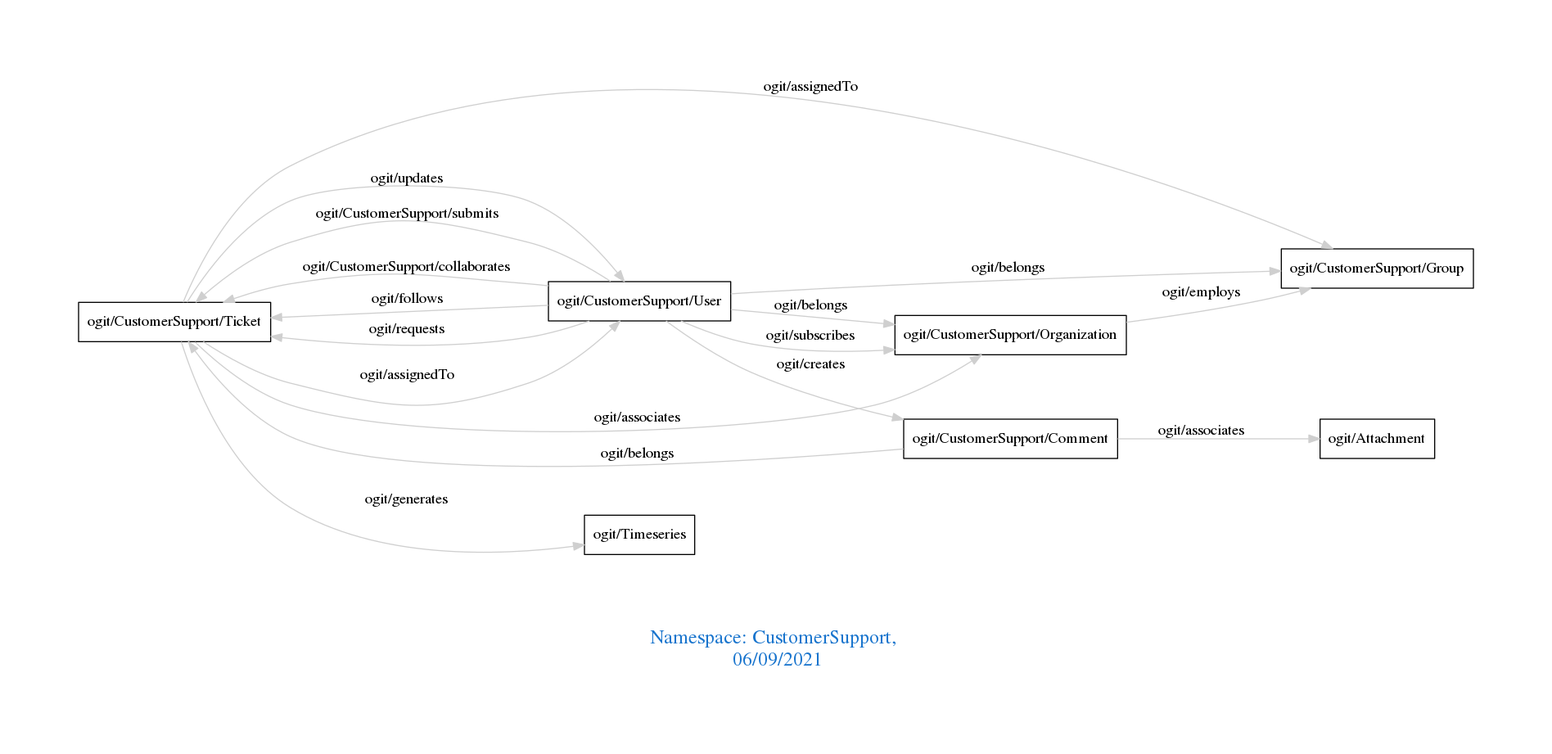
Earlier version of the Graphviz export downloads/CustomerSupport.png (arago/OGIT). Its source is kept beside it as downloads/CustomerSupport.dot.
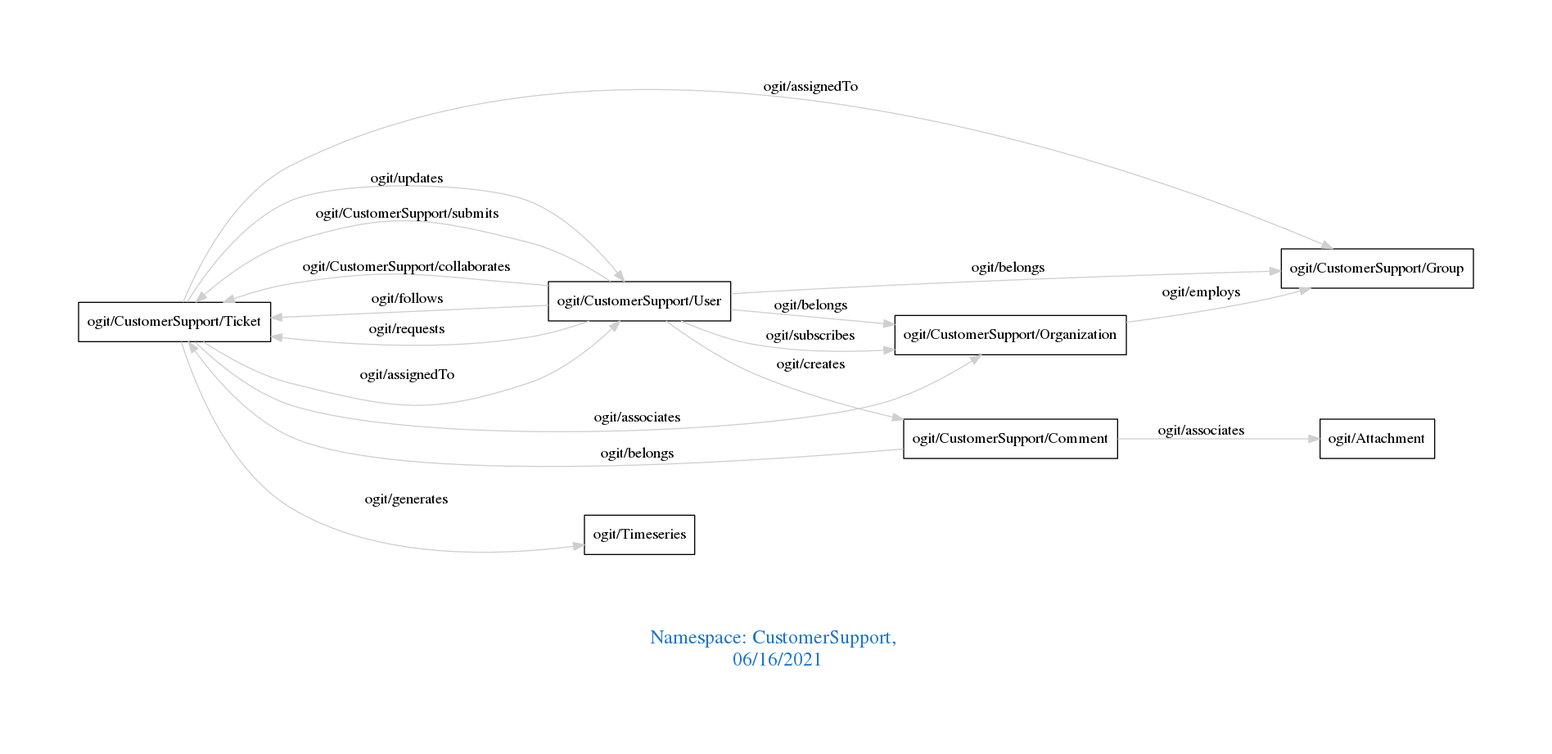
Later version of the same file.

Change to the diagram source:
```diff
@@ -1,7 +1,7 @@
 digraph OGIT_ontology {
  graph [ rankdir= LR,pad=1
 fontsize = 18,
-fontcolor= dodgerblue3,label = "\n\n\nNamespace: CustomerSupport, \n 06/09/2021"];
+fontcolor= dodgerblue3,label = "\n\n\nNamespace: CustomerSupport, \n 06/16/2021"];
 node[shape=polygon];
 edge [  color="gray81"];
 
```
